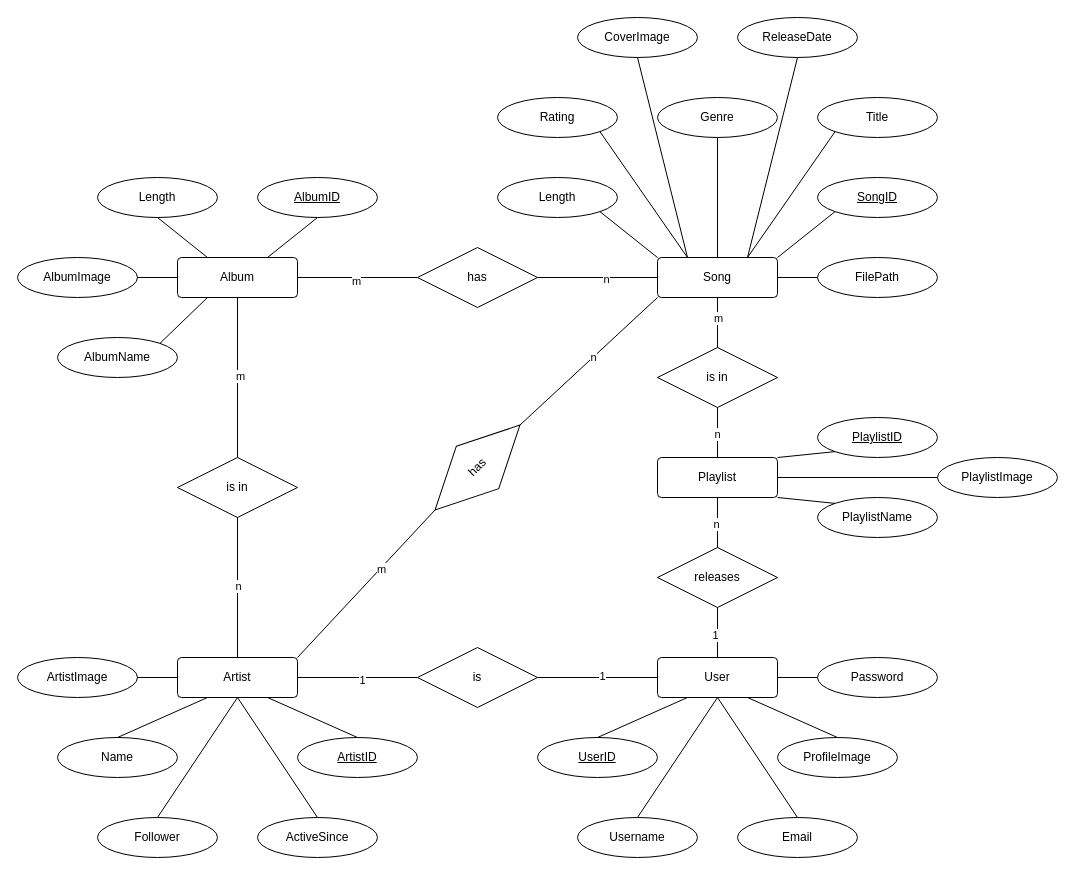
The draw.io diagram random shit/project_structure - Kopie.drawio in R4ZXRN3T/BeatStream, before the edit. Source tidied: cells renumbered, new cells numbered last; positions are measured from the earlier drawing's top-left corner, leaving out a move shared by most shapes. Both pictures are drawn from the tidied source at 100%, with x=0, y=0 at pixel (17, 17).
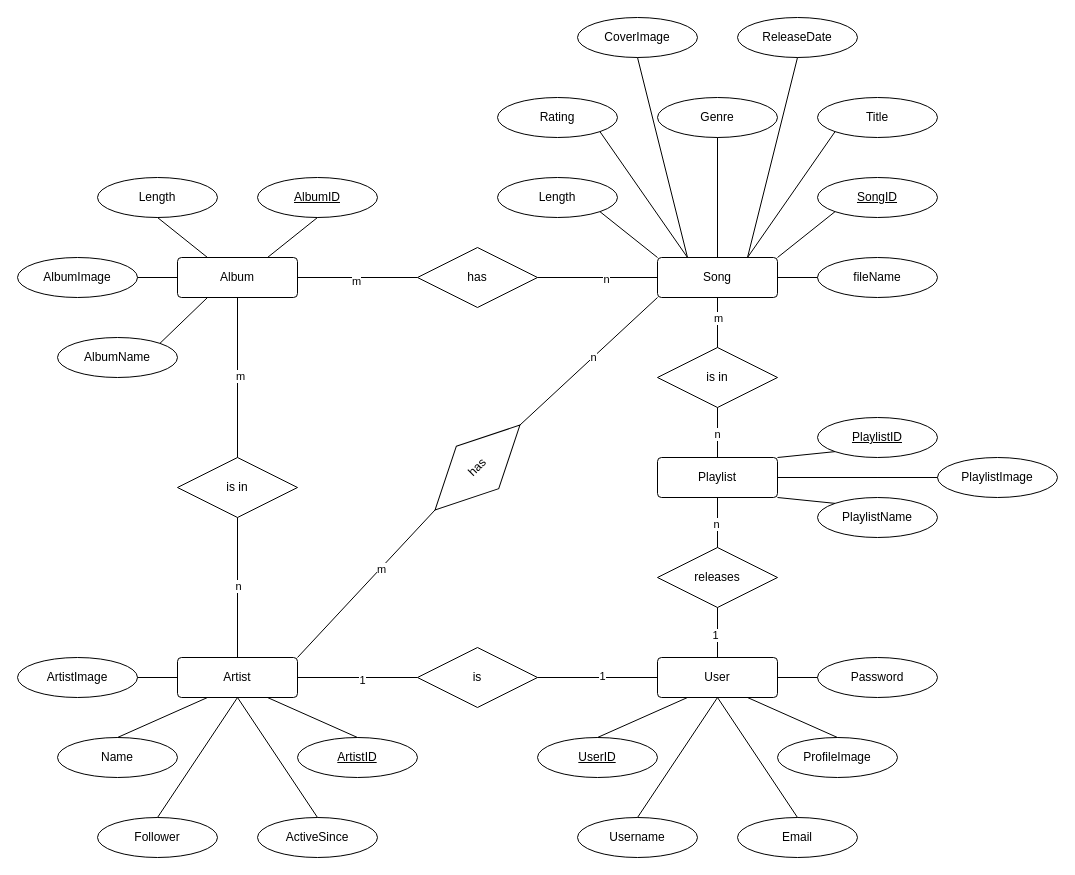
Above is the later version.

What changed in the source:
```diff
@@
-    <mxCell id="85" value="FilePath" style="ellipse;whiteSpace=wrap;html=1;align=center;" parent="1" vertex="1">
+    <mxCell id="85" value="fileName" style="ellipse;whiteSpace=wrap;html=1;align=center;" parent="1" vertex="1">
       <mxGeometry x="800" y="240" width="120" height="40" as="geometry" />
     </mxCell>
```
